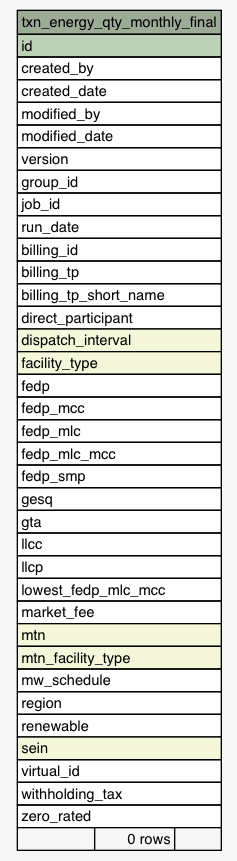
eyana-m/python-data-dictionary-writer keeps this Graphviz diagram as Data/settlement/diagrams/summary/txn_energy_qty_monthly_final.1degree.png. Above is the earlier version. Its source is kept beside it as Data/settlement/diagrams/summary/txn_energy_qty_monthly_final.1degree.dot. The source it was exported from:
```dot
digraph "txn_energy_qty_monthly_final" {
  graph [
    rankdir="RL"
    bgcolor="#f7f7f7"
    nodesep="0.18"
    ranksep="0.46"
    fontname="Helvetica"
    fontsize="11"
  ];
  node [
    fontname="Helvetica"
    fontsize="11"
    shape="plaintext"
  ];
  edge [
    arrowsize="0.8"
  ];
  "txn_energy_qty_monthly_final" [
    label=<
    <TABLE BORDER="0" CELLBORDER="1" CELLSPACING="0" BGCOLOR="#ffffff">
      <TR><TD COLSPAN="3" BGCOLOR="#9bab96" ALIGN="CENTER">txn_energy_qty_monthly_final</TD></TR>
      <TR><TD PORT="id" COLSPAN="3" BGCOLOR="#bed1b8" ALIGN="LEFT">id</TD></TR>
      <TR><TD PORT="created_by" COLSPAN="3" ALIGN="LEFT">created_by</TD></TR>
      <TR><TD PORT="created_date" COLSPAN="3" ALIGN="LEFT">created_date</TD></TR>
      <TR><TD PORT="modified_by" COLSPAN="3" ALIGN="LEFT">modified_by</TD></TR>
      <TR><TD PORT="modified_date" COLSPAN="3" ALIGN="LEFT">modified_date</TD></TR>
      <TR><TD PORT="version" COLSPAN="3" ALIGN="LEFT">version</TD></TR>
      <TR><TD PORT="group_id" COLSPAN="3" ALIGN="LEFT">group_id</TD></TR>
      <TR><TD PORT="job_id" COLSPAN="3" ALIGN="LEFT">job_id</TD></TR>
      <TR><TD PORT="run_date" COLSPAN="3" ALIGN="LEFT">run_date</TD></TR>
      <TR><TD PORT="billing_id" COLSPAN="3" ALIGN="LEFT">billing_id</TD></TR>
      <TR><TD PORT="billing_tp" COLSPAN="3" ALIGN="LEFT">billing_tp</TD></TR>
      <TR><TD PORT="billing_tp_short_name" COLSPAN="3" ALIGN="LEFT">billing_tp_short_name</TD></TR>
      <TR><TD PORT="direct_participant" COLSPAN="3" ALIGN="LEFT">direct_participant</TD></TR>
      <TR><TD PORT="dispatch_interval" COLSPAN="3" BGCOLOR="#f4f7da" ALIGN="LEFT">dispatch_interval</TD></TR>
      <TR><TD PORT="facility_type" COLSPAN="3" BGCOLOR="#f4f7da" ALIGN="LEFT">facility_type</TD></TR>
      <TR><TD PORT="fedp" COLSPAN="3" ALIGN="LEFT">fedp</TD></TR>
      <TR><TD PORT="fedp_mcc" COLSPAN="3" ALIGN="LEFT">fedp_mcc</TD></TR>
      <TR><TD PORT="fedp_mlc" COLSPAN="3" ALIGN="LEFT">fedp_mlc</TD></TR>
      <TR><TD PORT="fedp_mlc_mcc" COLSPAN="3" ALIGN="LEFT">fedp_mlc_mcc</TD></TR>
      <TR><TD PORT="fedp_smp" COLSPAN="3" ALIGN="LEFT">fedp_smp</TD></TR>
      <TR><TD PORT="gesq" COLSPAN="3" ALIGN="LEFT">gesq</TD></TR>
      <TR><TD PORT="gta" COLSPAN="3" ALIGN="LEFT">gta</TD></TR>
      <TR><TD PORT="llcc" COLSPAN="3" ALIGN="LEFT">llcc</TD></TR>
      <TR><TD PORT="llcp" COLSPAN="3" ALIGN="LEFT">llcp</TD></TR>
      <TR><TD PORT="lowest_fedp_mlc_mcc" COLSPAN="3" ALIGN="LEFT">lowest_fedp_mlc_mcc</TD></TR>
      <TR><TD PORT="market_fee" COLSPAN="3" ALIGN="LEFT">market_fee</TD></TR>
      <TR><TD PORT="mtn" COLSPAN="3" BGCOLOR="#f4f7da" ALIGN="LEFT">mtn</TD></TR>
      <TR><TD PORT="mtn_facility_type" COLSPAN="3" BGCOLOR="#f4f7da" ALIGN="LEFT">mtn_facility_type</TD></TR>
      <TR><TD PORT="mw_schedule" COLSPAN="3" ALIGN="LEFT">mw_schedule</TD></TR>
      <TR><TD PORT="region" COLSPAN="3" ALIGN="LEFT">region</TD></TR>
      <TR><TD PORT="renewable" COLSPAN="3" ALIGN="LEFT">renewable</TD></TR>
      <TR><TD PORT="sein" COLSPAN="3" BGCOLOR="#f4f7da" ALIGN="LEFT">sein</TD></TR>
      <TR><TD PORT="virtual_id" COLSPAN="3" ALIGN="LEFT">virtual_id</TD></TR>
      <TR><TD PORT="withholding_tax" COLSPAN="3" ALIGN="LEFT">withholding_tax</TD></TR>
      <TR><TD PORT="zero_rated" COLSPAN="3" ALIGN="LEFT">zero_rated</TD></TR>
      <TR><TD ALIGN="LEFT" BGCOLOR="#f7f7f7">  </TD><TD ALIGN="RIGHT" BGCOLOR="#f7f7f7">0 rows</TD><TD ALIGN="RIGHT" BGCOLOR="#f7f7f7">  </TD></TR>
    </TABLE>>
    URL="tables/txn_energy_qty_monthly_final.html"
    tooltip="txn_energy_qty_monthly_final"
  ];
}
```
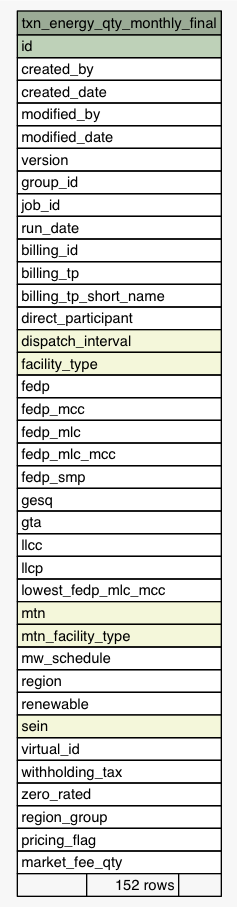
The same diagram one commit later.

The edit, as a diff of the source:
```diff
@@ -44,7 +44,6 @@
       <TR><TD PORT="llcc" COLSPAN="3" ALIGN="LEFT">llcc</TD></TR>
       <TR><TD PORT="llcp" COLSPAN="3" ALIGN="LEFT">llcp</TD></TR>
       <TR><TD PORT="lowest_fedp_mlc_mcc" COLSPAN="3" ALIGN="LEFT">lowest_fedp_mlc_mcc</TD></TR>
-      <TR><TD PORT="market_fee" COLSPAN="3" ALIGN="LEFT">market_fee</TD></TR>
       <TR><TD PORT="mtn" COLSPAN="3" BGCOLOR="#f4f7da" ALIGN="LEFT">mtn</TD></TR>
       <TR><TD PORT="mtn_facility_type" COLSPAN="3" BGCOLOR="#f4f7da" ALIGN="LEFT">mtn_facility_type</TD></TR>
       <TR><TD PORT="mw_schedule" COLSPAN="3" ALIGN="LEFT">mw_schedule</TD></TR>
@@ -54,7 +53,10 @@
       <TR><TD PORT="virtual_id" COLSPAN="3" ALIGN="LEFT">virtual_id</TD></TR>
       <TR><TD PORT="withholding_tax" COLSPAN="3" ALIGN="LEFT">withholding_tax</TD></TR>
       <TR><TD PORT="zero_rated" COLSPAN="3" ALIGN="LEFT">zero_rated</TD></TR>
-      <TR><TD ALIGN="LEFT" BGCOLOR="#f7f7f7">  </TD><TD ALIGN="RIGHT" BGCOLOR="#f7f7f7">0 rows</TD><TD ALIGN="RIGHT" BGCOLOR="#f7f7f7">  </TD></TR>
+      <TR><TD PORT="region_group" COLSPAN="3" ALIGN="LEFT">region_group</TD></TR>
+      <TR><TD PORT="pricing_flag" COLSPAN="3" ALIGN="LEFT">pricing_flag</TD></TR>
+      <TR><TD PORT="market_fee_qty" COLSPAN="3" ALIGN="LEFT">market_fee_qty</TD></TR>
+      <TR><TD ALIGN="LEFT" BGCOLOR="#f7f7f7">  </TD><TD ALIGN="RIGHT" BGCOLOR="#f7f7f7">152 rows</TD><TD ALIGN="RIGHT" BGCOLOR="#f7f7f7">  </TD></TR>
     </TABLE>>
     URL="tables/txn_energy_qty_monthly_final.html"
     tooltip="txn_energy_qty_monthly_final"
```
